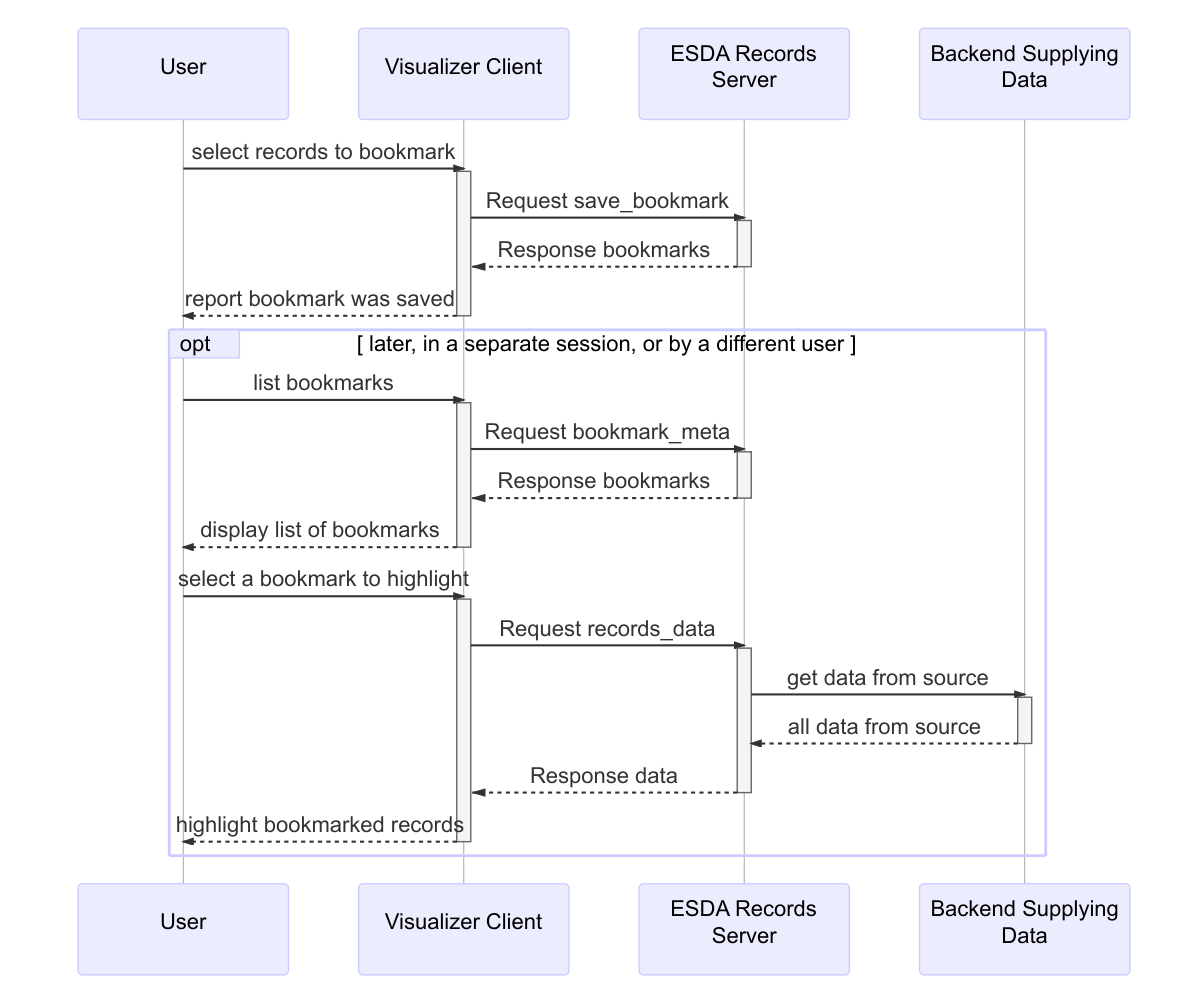
The Mermaid diagram bookmarking.mermaid.png in NREL/AESD, before a commit. Its source is kept beside it as bookmarking.mermaid.
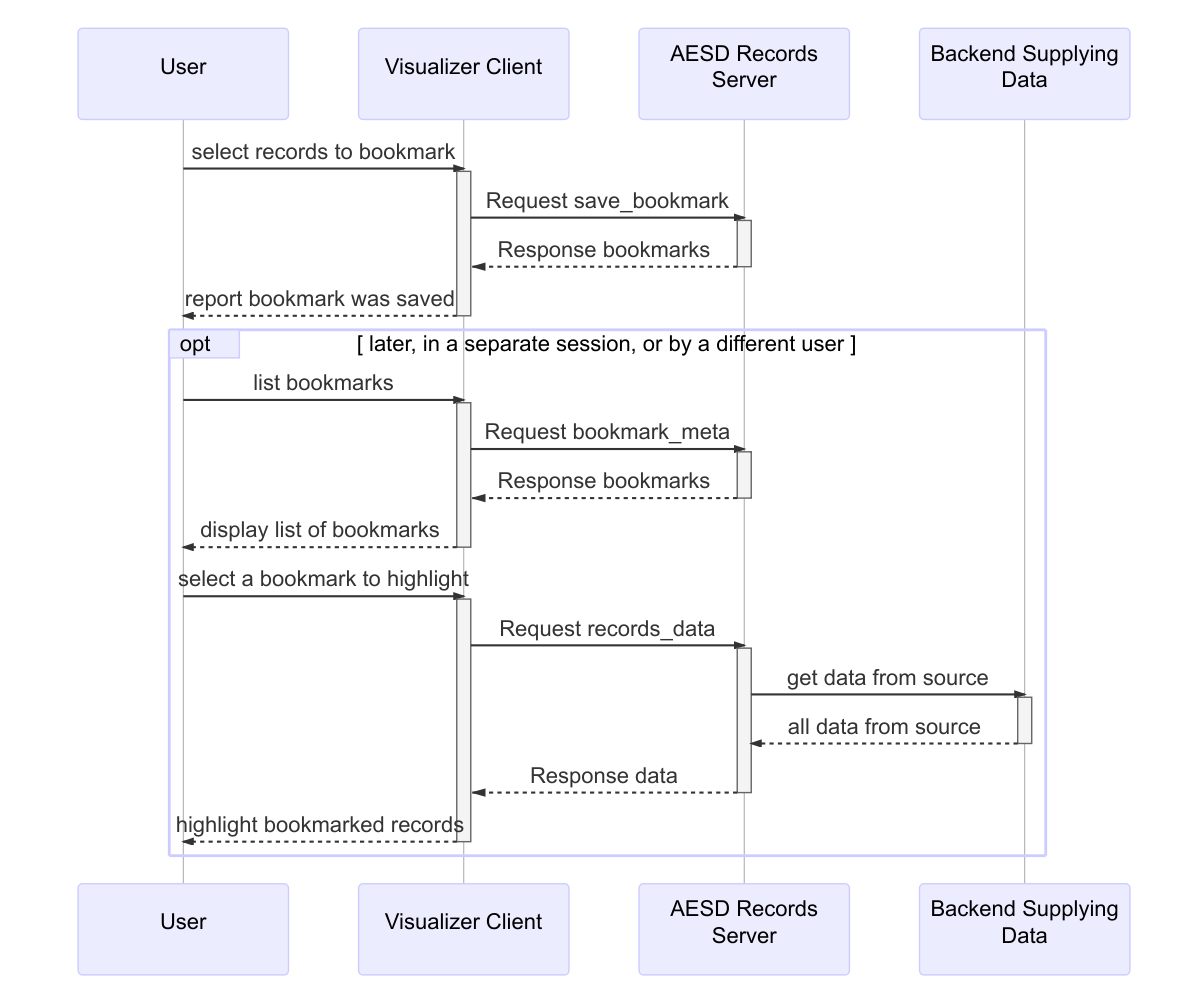
After the commit.

Change to the diagram source:
```diff
@@ -2,14 +2,14 @@
 
 participant User
 participant Visualizer Client
-participant ESDA Records Server
+participant AESD Records Server
 
 User ->> Visualizer Client: select records to bookmark
 activate Visualizer Client
-Visualizer Client ->> ESDA Records Server: Request save_bookmark
-activate ESDA Records Server
-ESDA Records Server --x Visualizer Client: Response bookmarks
-deactivate ESDA Records Server
+Visualizer Client ->> AESD Records Server: Request save_bookmark
+activate AESD Records Server
+AESD Records Server --x Visualizer Client: Response bookmarks
+deactivate AESD Records Server
 Visualizer Client -->> User: report bookmark was saved
 deactivate Visualizer Client
 
@@ -17,23 +17,23 @@
 
   User ->> Visualizer Client: list bookmarks
   activate Visualizer Client
-  Visualizer Client ->> ESDA Records Server: Request bookmark_meta
-  activate ESDA Records Server
-  ESDA Records Server --x Visualizer Client: Response bookmarks
-  deactivate ESDA Records Server
+  Visualizer Client ->> AESD Records Server: Request bookmark_meta
+  activate AESD Records Server
+  AESD Records Server --x Visualizer Client: Response bookmarks
+  deactivate AESD Records Server
   Visualizer Client -->> User: display list of bookmarks
   deactivate Visualizer Client
 
   User ->> Visualizer Client: select a bookmark to highlight
   activate Visualizer Client
-  Visualizer Client ->> ESDA Records Server: Request records_data
-  activate ESDA Records Server
-  ESDA Records Server ->> Backend Supplying Data: get data from source
+  Visualizer Client ->> AESD Records Server: Request records_data
+  activate AESD Records Server
+  AESD Records Server ->> Backend Supplying Data: get data from source
   activate Backend Supplying Data
-  Backend Supplying Data -->> ESDA Records Server: all data from source
+  Backend Supplying Data -->> AESD Records Server: all data from source
   deactivate Backend Supplying Data
-  ESDA Records Server --x Visualizer Client: Response data
-  deactivate ESDA Records Server
+  AESD Records Server --x Visualizer Client: Response data
+  deactivate AESD Records Server
   Visualizer Client -->> User: highlight bookmarked records
   deactivate Visualizer Client
 
```
